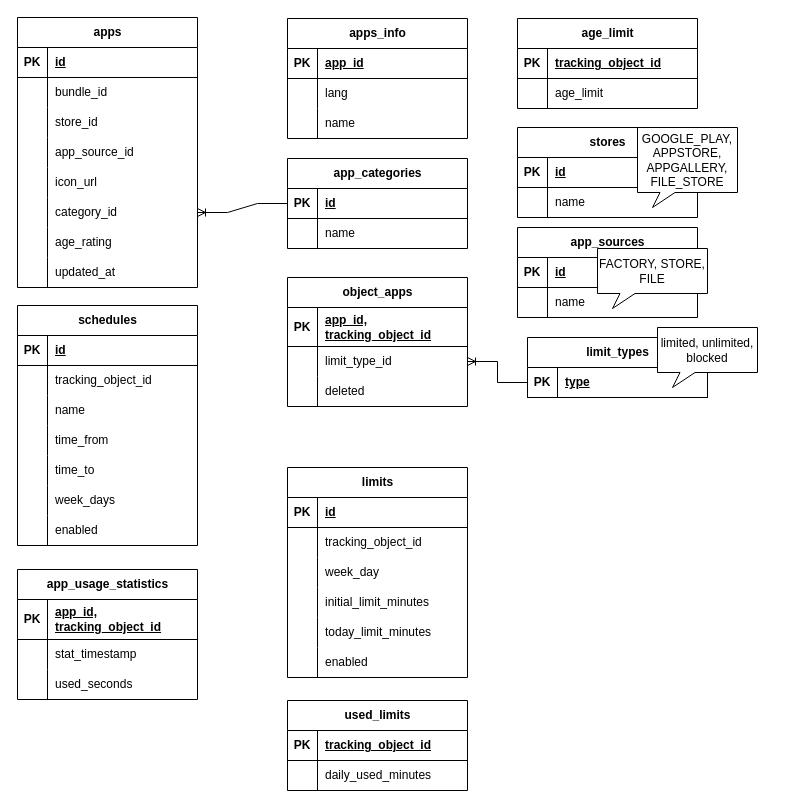
Above: Диаграмма без названия.drawio in satmurat/transfer (draw.io), before the change. Source tidied: cells renumbered, new cells numbered last; positions are measured from the earlier drawing's top-left corner, leaving out a move shared by most shapes. Both pictures are drawn from the tidied source at 100%, with x=0, y=0 at pixel (17, 17).
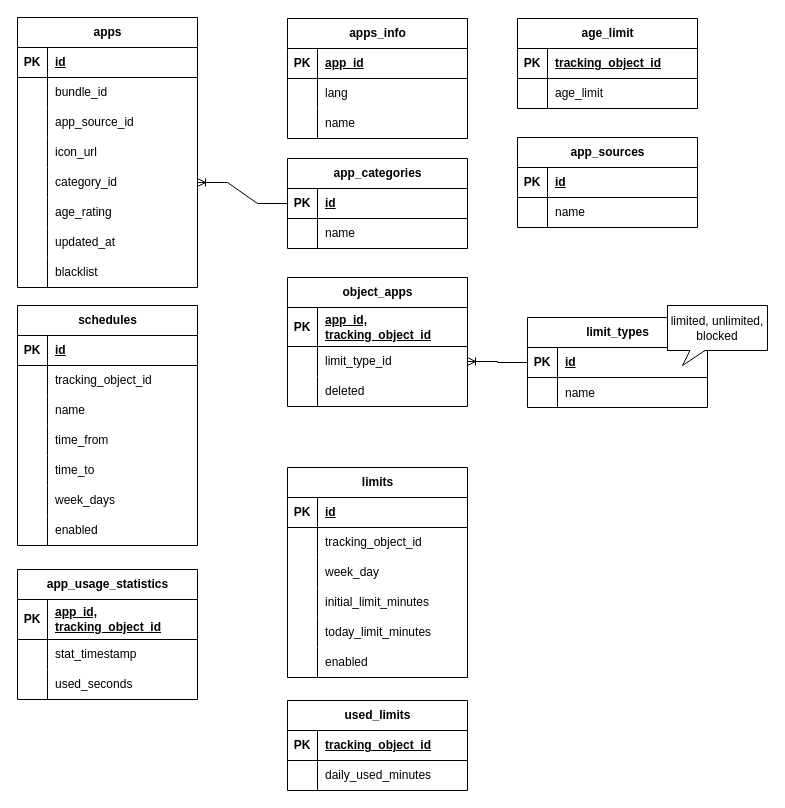
Above is the later version.

The change refers to these unchanged cells:
```xml
<mxCell id="2" value="apps" style="shape=table;startSize=30;childLayout=tableLayout;rowLines=0;fontStyle=1;align=center;html=1;" parent="1" vertex="1">
  <mxGeometry width="180" height="270" as="geometry" />
</mxCell>
<mxCell id="87" style="shape=tableRow;horizontal=0;startSize=0;swimlaneHead=0;swimlaneBody=0;fillColor=none;points=[[0,0.5],[1,0.5]];portConstraint=eastwest;top=0;left=0;right=0;bottom=1;" parent="86" vertex="1">
  <mxGeometry y="30" width="180" height="30" as="geometry" />
</mxCell>
```

The edit, as a diff of the source:
```diff
@@
-    <mxCell id="9" style="shape=tableRow;horizontal=0;startSize=0;swimlaneHead=0;swimlaneBody=0;fillColor=none;top=0;left=0;right=0;bottom=0;" parent="2" vertex="1">
-      <mxGeometry y="90" width="180" height="30" as="geometry" />
-    </mxCell>
-    <mxCell id="10" style="shape=partialRectangle;fillColor=none;top=0;left=0;bottom=0;right=0;overflow=hidden;whiteSpace=wrap;html=1;" parent="9" vertex="1">
-      <mxGeometry width="30" height="30" as="geometry" />
-    </mxCell>
-    <mxCell id="11" value="store_id" style="shape=partialRectangle;fillColor=none;top=0;left=0;bottom=0;right=0;align=left;spacingLeft=6;overflow=hidden;whiteSpace=wrap;html=1;" parent="9" vertex="1">
-      <mxGeometry x="30" width="150" height="30" as="geometry" />
-    </mxCell>
     <mxCell id="12" style="shape=tableRow;horizontal=0;startSize=0;swimlaneHead=0;swimlaneBody=0;fillColor=none;top=0;left=0;right=0;bottom=0;" parent="2" vertex="1">
-      <mxGeometry y="120" width="180" height="30" as="geometry" />
+      <mxGeometry y="90" width="180" height="30" as="geometry" />
     </mxCell>
@@
     <mxCell id="15" style="shape=tableRow;horizontal=0;startSize=0;swimlaneHead=0;swimlaneBody=0;fillColor=none;top=0;left=0;right=0;bottom=0;" parent="2" vertex="1">
-      <mxGeometry y="150" width="180" height="30" as="geometry" />
+      <mxGeometry y="120" width="180" height="30" as="geometry" />
     </mxCell>
@@
     <mxCell id="18" style="shape=tableRow;horizontal=0;startSize=0;swimlaneHead=0;swimlaneBody=0;fillColor=none;points=[[0,0.5],[1,0.5]];portConstraint=eastwest;top=0;left=0;right=0;bottom=0;" parent="2" vertex="1">
-      <mxGeometry y="180" width="180" height="30" as="geometry" />
+      <mxGeometry y="150" width="180" height="30" as="geometry" />
     </mxCell>
@@
     <mxCell id="21" style="shape=tableRow;horizontal=0;startSize=0;swimlaneHead=0;swimlaneBody=0;fillColor=none;top=0;left=0;right=0;bottom=0;" parent="2" vertex="1">
-      <mxGeometry y="210" width="180" height="30" as="geometry" />
+      <mxGeometry y="180" width="180" height="30" as="geometry" />
     </mxCell>
@@
     <mxCell id="24" style="shape=tableRow;horizontal=0;startSize=0;swimlaneHead=0;swimlaneBody=0;fillColor=none;top=0;left=0;right=0;bottom=0;" parent="2" vertex="1">
-      <mxGeometry y="240" width="180" height="30" as="geometry" />
+      <mxGeometry y="210" width="180" height="30" as="geometry" />
     </mxCell>
@@
+    <mxCell id="142" style="shape=tableRow;horizontal=0;startSize=0;swimlaneHead=0;swimlaneBody=0;fillColor=none;top=0;left=0;right=0;bottom=0;" parent="2" vertex="1">
+      <mxGeometry y="240" width="180" height="30" as="geometry" />
+    </mxCell>
+    <mxCell id="143" style="shape=partialRectangle;fillColor=none;top=0;left=0;bottom=0;right=0;overflow=hidden;whiteSpace=wrap;html=1;" parent="142" vertex="1">
+      <mxGeometry width="30" height="30" as="geometry" />
+    </mxCell>
+    <mxCell id="144" value="blacklist" style="shape=partialRectangle;fillColor=none;top=0;left=0;bottom=0;right=0;align=left;spacingLeft=6;overflow=hidden;whiteSpace=wrap;html=1;" parent="142" vertex="1">
+      <mxGeometry x="30" width="150" height="30" as="geometry" />
+    </mxCell>
@@
     <mxCell id="86" value="limit_types" style="shape=table;startSize=30;childLayout=tableLayout;rowLines=0;fontStyle=1;align=center;html=1;" parent="1" vertex="1">
-      <mxGeometry x="510" y="320" width="180" height="60" as="geometry" />
+      <mxGeometry x="510" y="300" width="180" height="90" as="geometry" />
     </mxCell>
@@
-    <mxCell id="89" value="type" style="shape=partialRectangle;fillColor=none;top=0;left=0;bottom=0;right=0;align=left;spacingLeft=6;fontStyle=5;overflow=hidden;whiteSpace=wrap;html=1;" parent="87" vertex="1">
+    <mxCell id="89" value="id" style="shape=partialRectangle;fillColor=none;top=0;left=0;bottom=0;right=0;align=left;spacingLeft=6;fontStyle=5;overflow=hidden;whiteSpace=wrap;html=1;" parent="87" vertex="1">
       <mxGeometry x="30" width="150" height="30" as="geometry" />
     </mxCell>
+    <mxCell id="130" style="shape=tableRow;horizontal=0;startSize=0;swimlaneHead=0;swimlaneBody=0;fillColor=none;top=0;left=0;right=0;bottom=0;" parent="86" vertex="1">
+      <mxGeometry y="60" width="180" height="30" as="geometry" />
+    </mxCell>
+    <mxCell id="145" style="shape=partialRectangle;fillColor=none;top=0;left=0;bottom=0;right=0;overflow=hidden;" parent="130" vertex="1">
+      <mxGeometry width="30" height="30" as="geometry" />
+    </mxCell>
+    <mxCell id="132" value="name" style="shape=partialRectangle;fillColor=none;top=0;left=0;bottom=0;right=0;align=left;spacingLeft=6;overflow=hidden;" parent="130" vertex="1">
+      <mxGeometry x="30" width="150" height="30" as="geometry" />
+    </mxCell>
     <mxCell id="90" value="limited, unlimited, blocked" style="whiteSpace=wrap;html=1;shape=mxgraph.basic.rectCallout;dx=30;dy=15;boundedLbl=1;" parent="1" vertex="1">
-      <mxGeometry x="640" y="310" width="100" height="60" as="geometry" />
+      <mxGeometry x="650" y="288" width="100" height="60" as="geometry" />
     </mxCell>
@@
-    <mxCell id="126" value="stores" style="shape=table;startSize=30;childLayout=tableLayout;rowLines=0;fontStyle=1;align=center;html=1;" parent="1" vertex="1">
-      <mxGeometry x="500" y="110" width="180" height="90" as="geometry" />
-    </mxCell>
-    <mxCell id="127" style="shape=tableRow;horizontal=0;startSize=0;swimlaneHead=0;swimlaneBody=0;fillColor=none;top=0;left=0;right=0;bottom=1;" parent="126" vertex="1">
-      <mxGeometry y="30" width="180" height="30" as="geometry" />
-    </mxCell>
-    <mxCell id="128" value="PK" style="shape=partialRectangle;fillColor=none;top=0;left=0;bottom=0;right=0;fontStyle=1;overflow=hidden;whiteSpace=wrap;html=1;" parent="127" vertex="1">
-      <mxGeometry width="30" height="30" as="geometry" />
-    </mxCell>
-    <mxCell id="129" value="id" style="shape=partialRectangle;fillColor=none;top=0;left=0;bottom=0;right=0;align=left;spacingLeft=6;fontStyle=5;overflow=hidden;whiteSpace=wrap;html=1;" parent="127" vertex="1">
-      <mxGeometry x="30" width="150" height="30" as="geometry" />
-    </mxCell>
-    <mxCell id="130" style="shape=tableRow;horizontal=0;startSize=0;swimlaneHead=0;swimlaneBody=0;fillColor=none;top=0;left=0;right=0;bottom=0;" parent="126" vertex="1">
-      <mxGeometry y="60" width="180" height="30" as="geometry" />
-    </mxCell>
-    <mxCell id="131" style="shape=partialRectangle;fillColor=none;top=0;left=0;bottom=0;right=0;overflow=hidden;whiteSpace=wrap;html=1;" parent="130" vertex="1">
-      <mxGeometry width="30" height="30" as="geometry" />
-    </mxCell>
-    <mxCell id="132" value="name" style="shape=partialRectangle;fillColor=none;top=0;left=0;bottom=0;right=0;align=left;spacingLeft=6;overflow=hidden;whiteSpace=wrap;html=1;" parent="130" vertex="1">
-      <mxGeometry x="30" width="150" height="30" as="geometry" />
-    </mxCell>
-    <mxCell id="133" value="GOOGLE_PLAY, APPSTORE, APPGALLERY, FILE_STORE" style="whiteSpace=wrap;html=1;shape=mxgraph.basic.rectCallout;dx=30;dy=15;boundedLbl=1;" parent="1" vertex="1">
-      <mxGeometry x="620" y="110" width="100" height="80" as="geometry" />
-    </mxCell>
     <mxCell id="134" value="app_sources" style="shape=table;startSize=30;childLayout=tableLayout;rowLines=0;fontStyle=1;align=center;html=1;" parent="1" vertex="1">
-      <mxGeometry x="500" y="210" width="180" height="90" as="geometry" />
+      <mxGeometry x="500" y="120" width="180" height="90" as="geometry" />
     </mxCell>
@@
-    <mxCell id="141" value="FACTORY, STORE, FILE" style="whiteSpace=wrap;html=1;shape=mxgraph.basic.rectCallout;dx=30;dy=15;boundedLbl=1;" parent="1" vertex="1">
-      <mxGeometry x="580" y="231" width="110" height="60" as="geometry" />
-    </mxCell>
+    <mxCell id="146" style="shape=tableRow;horizontal=0;startSize=0;swimlaneHead=0;swimlaneBody=0;fillColor=none;top=0;left=0;right=0;bottom=0;" parent="1" vertex="1">
+      <mxGeometry x="510" y="360" width="180" height="30" as="geometry" />
+    </mxCell>
+    <mxCell id="147" style="shape=partialRectangle;fillColor=none;top=0;left=0;bottom=0;right=0;overflow=hidden;whiteSpace=wrap;html=1;" parent="146" vertex="1">
+      <mxGeometry width="30" height="30" as="geometry" />
+    </mxCell>
```
